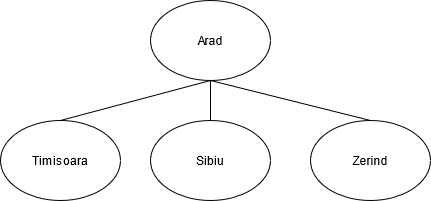
Above: bfs dfs.png in shadow17t/diagram (draw.io), before the change. Source tidied: cells renumbered, new cells last; positions are measured from the earlier drawing's top-left corner, leaving out a move shared by most shapes.
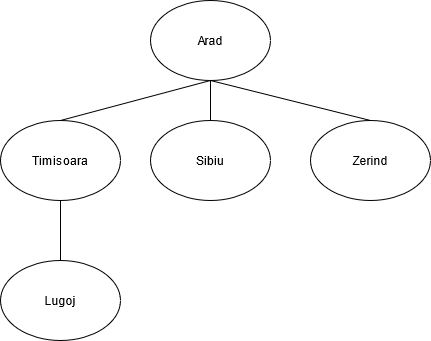
Later version of the same file.

The edit, as a diff of the source:
```diff
@@ -27,5 +27,11 @@
         <mxPoint x="210" y="80" as="targetPoint" />
       </mxGeometry>
     </mxCell>
+    <mxCell id="9" value="Lugoj" style="ellipse;whiteSpace=wrap;html=1;" parent="1" vertex="1">
+      <mxGeometry y="260" width="120" height="80" as="geometry" />
+    </mxCell>
+    <mxCell id="10" style="endArrow=none;html=1;exitX=0.5;exitY=1;exitDx=0;exitDy=0;entryX=0.5;entryY=0;entryDx=0;entryDy=0;" parent="1" edge="1" source="3" target="9">
+      <mxGeometry relative="1" as="geometry" />
+    </mxCell>
   </root>
 </mxGraphModel>
```
